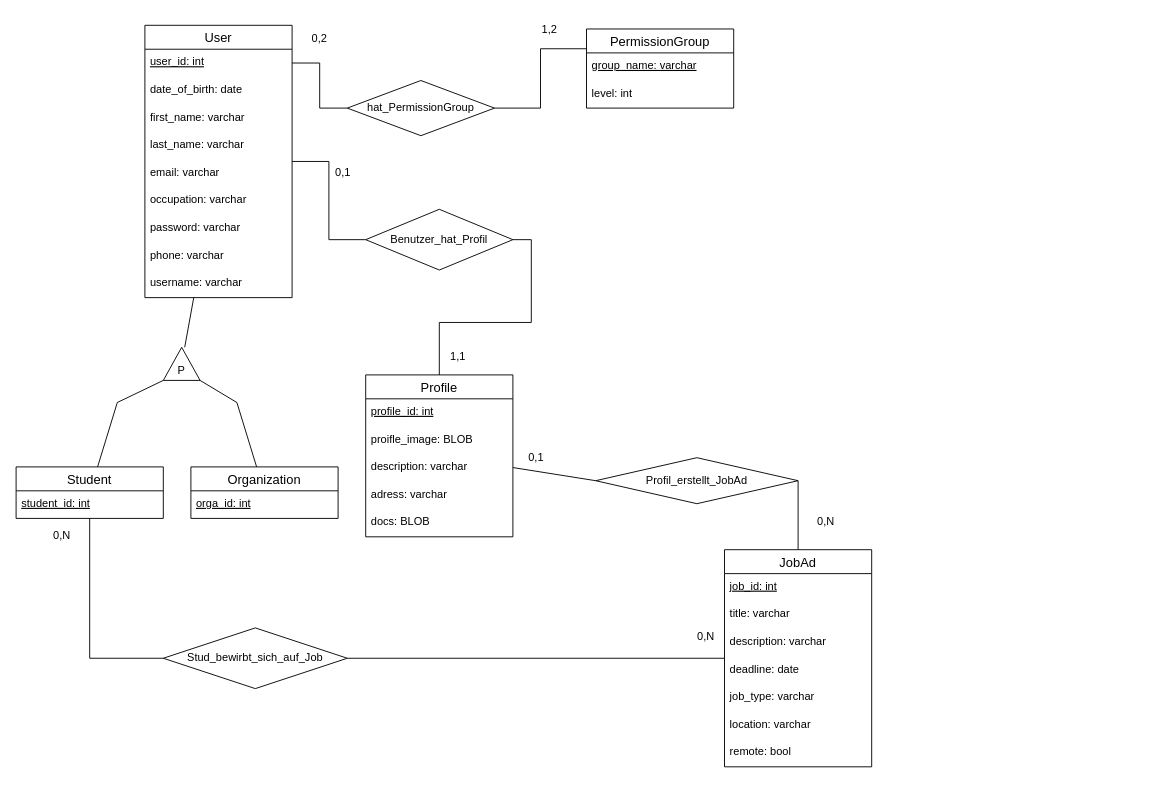
Before: page "Semantisch" (2 of 2) of doc/diagram/ERDiagram.drawio in KlaraGolubovic/SE02, a draw.io diagram. Source tidied: cells renumbered, new cells numbered last; positions are measured from the earlier drawing's top-left corner, leaving out a move shared by most shapes. Both pictures are drawn from the tidied source at 92%, with x=0, y=0 at pixel (16, 16).
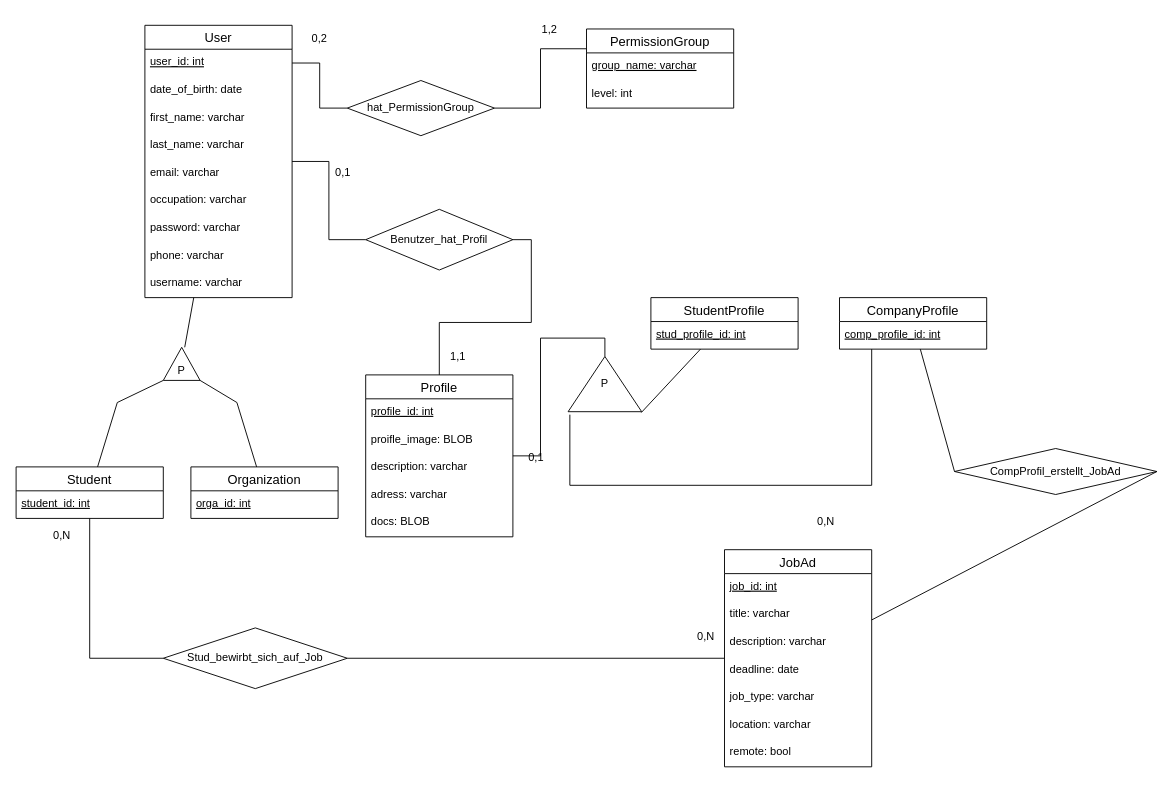
The same diagram, later.

Unchanged cells that the change refers to:
```xml
<mxCell id="17" value="Profile" style="swimlane;fontStyle=0;horizontal=1;startSize=26;align=center;fontSize=14;" parent="1" vertex="1">
  <mxGeometry x="380" y="390" width="160" height="176" as="geometry" />
</mxCell>
```

What changed in the source:
```diff
@@
-    <mxCell id="16" style="rounded=0;jettySize=auto;html=1;entryX=0;entryY=0.5;entryDx=0;entryDy=0;fontSize=12;endArrow=none;endFill=0;" parent="1" edge="1" source="17" target="39">
+    <mxCell id="16" style="rounded=0;jettySize=auto;html=1;entryX=0;entryY=0.5;entryDx=0;entryDy=0;fontSize=12;endArrow=none;endFill=0;" parent="1" edge="1" source="64" target="39">
       <mxGeometry relative="1" as="geometry" />
     </mxCell>
+    <mxCell id="58" style="edgeStyle=orthogonalEdgeStyle;rounded=0;jettySize=auto;html=1;entryX=1;entryY=0.5;entryDx=0;entryDy=0;endArrow=none;endFill=0;" parent="1" edge="1" source="17" target="61">
+      <mxGeometry relative="1" as="geometry" />
+    </mxCell>
@@
-    <mxCell id="39" value="Profil_erstellt_JobAd" style="shape=rhombus;perimeter=rhombusPerimeter;whiteSpace=wrap;html=1;align=center;fontSize=12;" parent="1" vertex="1">
-      <mxGeometry x="630" y="480" width="220" height="50" as="geometry" />
+    <mxCell id="39" value="CompProfil_erstellt_JobAd" style="shape=rhombus;perimeter=rhombusPerimeter;whiteSpace=wrap;html=1;align=center;fontSize=12;" parent="1" vertex="1">
+      <mxGeometry x="1020" y="470" width="220" height="50" as="geometry" />
     </mxCell>
@@
+    <mxCell id="59" style="rounded=0;jettySize=auto;html=1;endArrow=none;endFill=0;exitX=-0.015;exitY=0.995;exitDx=0;exitDy=0;exitPerimeter=0;" parent="1" edge="1" source="61" target="62">
+      <mxGeometry relative="1" as="geometry" />
+    </mxCell>
+    <mxCell id="60" style="edgeStyle=orthogonalEdgeStyle;rounded=0;jettySize=auto;html=1;endArrow=none;endFill=0;exitX=-0.054;exitY=0.024;exitDx=0;exitDy=0;exitPerimeter=0;" parent="1" edge="1" source="61" target="64">
+      <mxGeometry relative="1" as="geometry">
+        <Array as="points">
+          <mxPoint x="602" y="510" />
+          <mxPoint x="930" y="510" />
+        </Array>
+      </mxGeometry>
+    </mxCell>
+    <mxCell id="61" value="P" style="triangle;whiteSpace=wrap;html=1;direction=north;" parent="1" vertex="1">
+      <mxGeometry x="600" y="370" width="80" height="60" as="geometry" />
+    </mxCell>
+    <mxCell id="62" value="StudentProfile" style="swimlane;fontStyle=0;horizontal=1;startSize=26;align=center;fontSize=14;" parent="1" vertex="1">
+      <mxGeometry x="690" y="306" width="160" height="56" as="geometry" />
+    </mxCell>
+    <mxCell id="63" value="stud_profile_id: int" style="text;strokeColor=none;fillColor=none;spacingLeft=4;spacingRight=4;overflow=hidden;fontSize=12;fontStyle=4;" parent="62" vertex="1">
+      <mxGeometry y="26" width="160" height="30" as="geometry" />
+    </mxCell>
+    <mxCell id="64" value="CompanyProfile" style="swimlane;fontStyle=0;horizontal=1;startSize=26;align=center;fontSize=14;" parent="1" vertex="1">
+      <mxGeometry x="895" y="306" width="160" height="56" as="geometry" />
+    </mxCell>
+    <mxCell id="65" value="comp_profile_id: int" style="text;strokeColor=none;fillColor=none;spacingLeft=4;spacingRight=4;overflow=hidden;fontSize=12;fontStyle=4;" parent="64" vertex="1">
+      <mxGeometry y="26" width="160" height="30" as="geometry" />
+    </mxCell>
```
